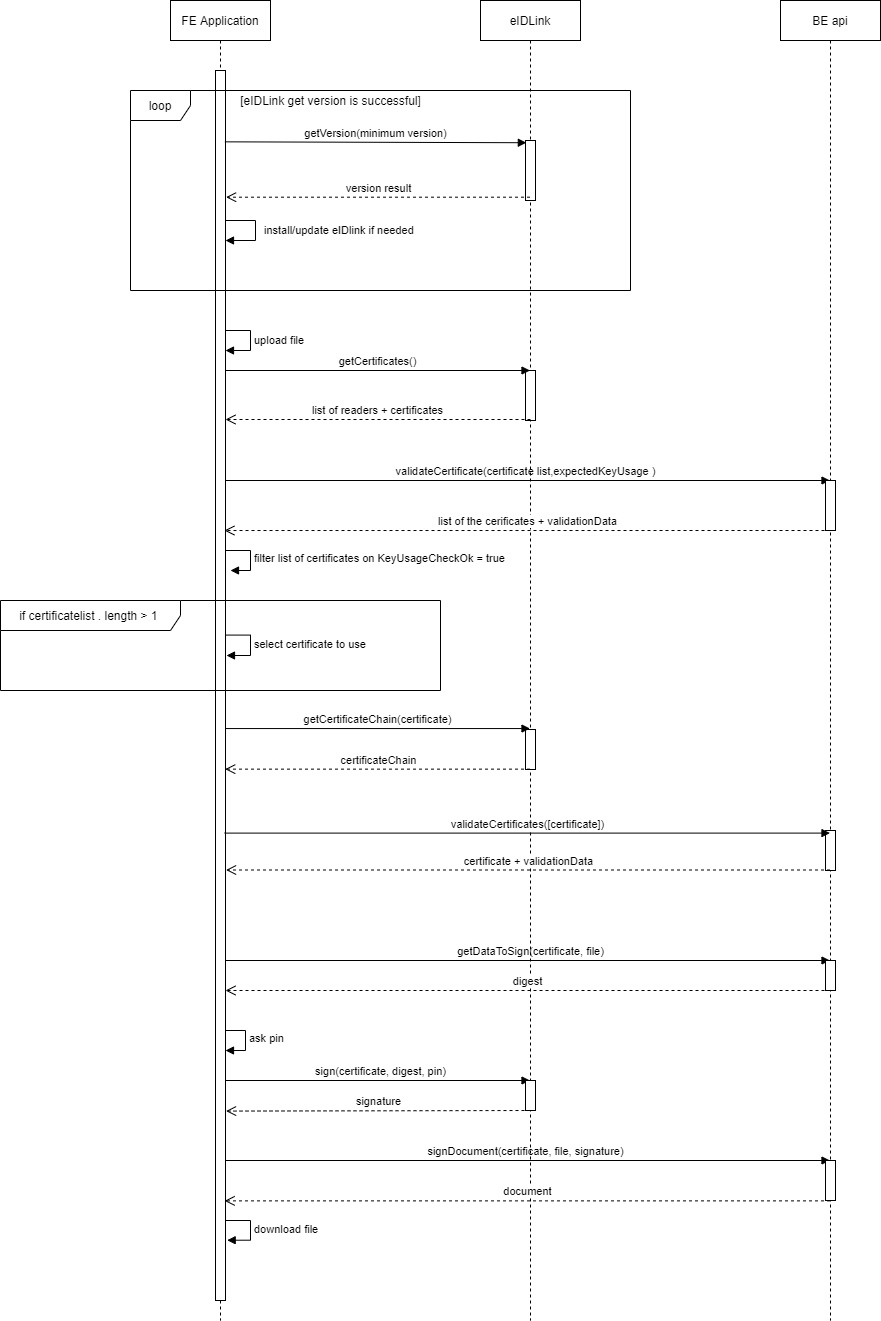
The draw.io diagram documentation/diagrams/drawio sequence diagram sign.png in Fedict/fts-gui-sign, before a commit. Source tidied: cells renumbered, new cells last; positions are measured from the earlier drawing's top-left corner, leaving out a move shared by most shapes.
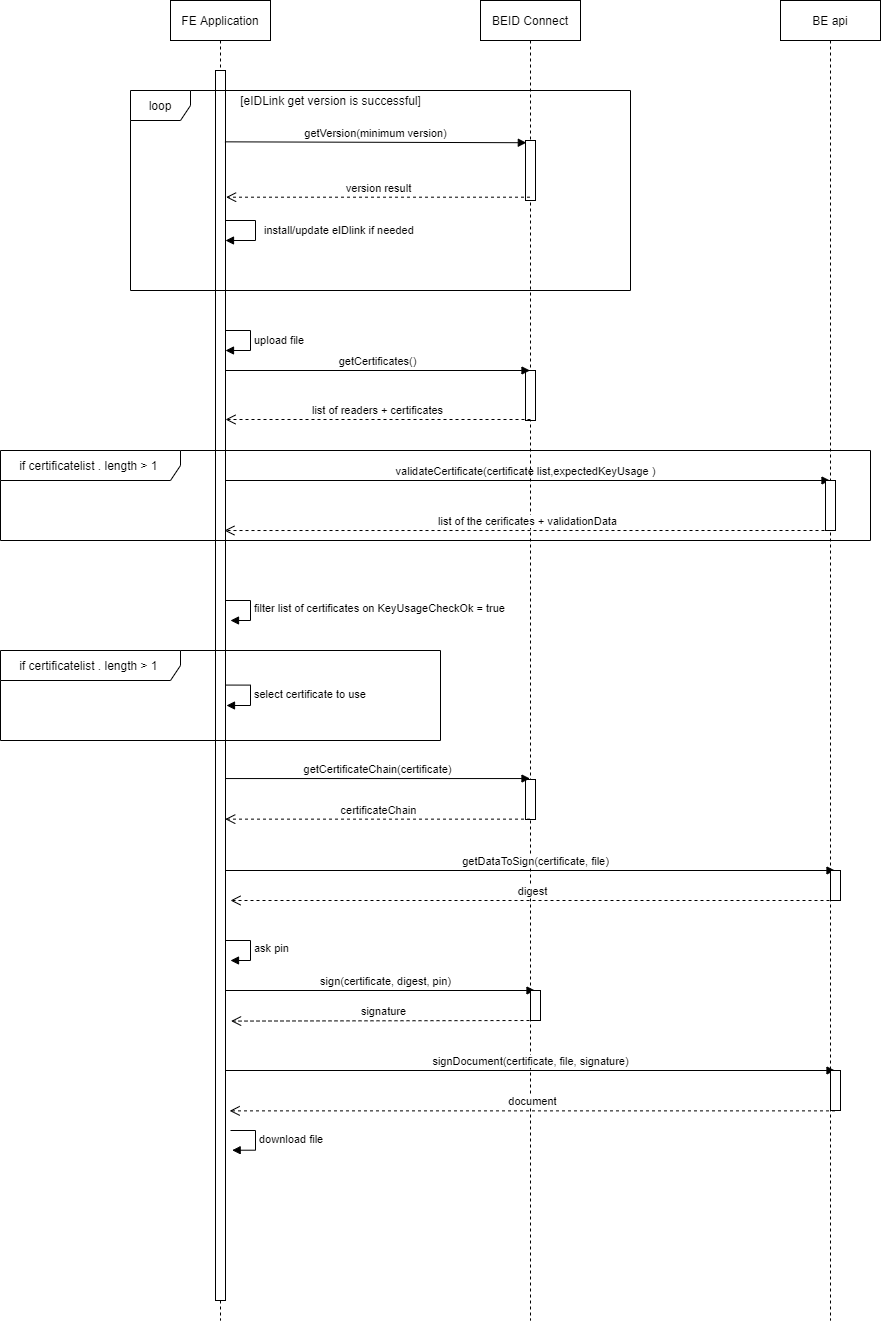
Above is the later version.

What changed in the source:
```diff
@@ -31,59 +31,27 @@
     </mxCell>
     <mxCell id="6" value="filter list of certificates on KeyUsageCheckOk = true" style="edgeStyle=orthogonalEdgeStyle;html=1;align=left;spacingLeft=2;endArrow=block;rounded=0;entryX=1;entryY=0;" parent="2" edge="1">
       <mxGeometry relative="1" as="geometry">
-        <mxPoint x="55" y="550" as="sourcePoint" />
-        <mxPoint x="60" y="570" as="targetPoint" />
+        <mxPoint x="55" y="600" as="sourcePoint" />
+        <mxPoint x="60" y="620" as="targetPoint" />
         <Array as="points">
-          <mxPoint x="80" y="550" />
+          <mxPoint x="80" y="600" />
         </Array>
       </mxGeometry>
     </mxCell>
-    <mxCell id="7" value="select certificate to use" style="edgeStyle=orthogonalEdgeStyle;html=1;align=left;spacingLeft=2;endArrow=block;rounded=0;exitX=1.086;exitY=0.459;exitDx=0;exitDy=0;exitPerimeter=0;" parent="2" edge="1" source="13">
+    <mxCell id="7" value="select certificate to use" style="edgeStyle=orthogonalEdgeStyle;html=1;align=left;spacingLeft=2;endArrow=block;rounded=0;exitX=1.086;exitY=0.459;exitDx=0;exitDy=0;exitPerimeter=0;" parent="2" edge="1">
       <mxGeometry relative="1" as="geometry">
-        <mxPoint x="56" y="655" as="targetPoint" />
+        <mxPoint x="55.9" y="684.6" as="sourcePoint" />
+        <mxPoint x="56" y="705" as="targetPoint" />
         <Array as="points">
-          <mxPoint x="80" y="635" />
-          <mxPoint x="80" y="655" />
+          <mxPoint x="80" y="685" />
+          <mxPoint x="80" y="705" />
         </Array>
       </mxGeometry>
     </mxCell>
-    <mxCell id="8" value="getDataToSign(certificate, file)" style="html=1;verticalAlign=bottom;endArrow=block;" parent="2" edge="1" target="19">
-      <mxGeometry x="0.02" relative="1" as="geometry">
-        <mxPoint x="50" y="960" as="sourcePoint" />
-      </mxGeometry>
-    </mxCell>
-    <mxCell id="9" value="ask pin" style="edgeStyle=orthogonalEdgeStyle;html=1;align=left;spacingLeft=2;endArrow=block;rounded=0;entryX=1;entryY=0;" parent="2" edge="1">
-      <mxGeometry relative="1" as="geometry">
-        <mxPoint x="50" y="1030" as="sourcePoint" />
-        <mxPoint x="55" y="1050" as="targetPoint" />
-        <Array as="points">
-          <mxPoint x="75" y="1030" />
-        </Array>
-      </mxGeometry>
-    </mxCell>
-    <mxCell id="10" value="sign(certificate, digest, pin)" style="html=1;verticalAlign=bottom;endArrow=block;" parent="2" edge="1" target="14">
-      <mxGeometry x="0.03" relative="1" as="geometry">
-        <mxPoint x="50" y="1080" as="sourcePoint" />
-      </mxGeometry>
-    </mxCell>
-    <mxCell id="11" value="signDocument(certificate, file, signature)" style="html=1;verticalAlign=bottom;endArrow=block;" parent="2" edge="1" target="19">
-      <mxGeometry relative="1" as="geometry">
-        <mxPoint x="50" y="1160" as="sourcePoint" />
-      </mxGeometry>
-    </mxCell>
-    <mxCell id="12" value="download file" style="edgeStyle=orthogonalEdgeStyle;html=1;align=left;spacingLeft=2;endArrow=block;rounded=0;entryX=1.167;entryY=0.951;entryDx=0;entryDy=0;entryPerimeter=0;" parent="2" edge="1" target="13">
-      <mxGeometry relative="1" as="geometry">
-        <mxPoint x="55" y="1220" as="sourcePoint" />
-        <Array as="points">
-          <mxPoint x="80" y="1220" />
-          <mxPoint x="80" y="1240" />
-        </Array>
-      </mxGeometry>
-    </mxCell>
     <mxCell id="13" style="html=1;points=[];perimeter=orthogonalPerimeter;" parent="2" vertex="1">
       <mxGeometry x="45" y="70" width="10" height="1230" as="geometry" />
     </mxCell>
-    <mxCell id="14" value="eIDLink" style="shape=umlLifeline;perimeter=lifelinePerimeter;whiteSpace=wrap;html=1;outlineConnect=0;" parent="1" vertex="1">
+    <mxCell id="14" value="BEID Connect" style="shape=umlLifeline;perimeter=lifelinePerimeter;whiteSpace=wrap;html=1;outlineConnect=0;" parent="1" vertex="1">
       <mxGeometry x="480" width="100" height="1320" as="geometry" />
     </mxCell>
     <mxCell id="15" style="html=1;points=[];perimeter=orthogonalPerimeter;" parent="14" vertex="1">
@@ -93,26 +61,14 @@
       <mxGeometry x="45" y="370" width="10" height="50" as="geometry" />
     </mxCell>
     <mxCell id="17" style="html=1;perimeter=orthogonalPerimeter;" parent="14" vertex="1">
-      <mxGeometry x="45" y="729" width="10" height="40" as="geometry" />
+      <mxGeometry x="45" y="779" width="10" height="40" as="geometry" />
     </mxCell>
-    <mxCell id="18" style="html=1;perimeter=orthogonalPerimeter;" parent="14" vertex="1">
-      <mxGeometry x="45" y="1080" width="10" height="30" as="geometry" />
-    </mxCell>
     <mxCell id="19" value="BE api" style="shape=umlLifeline;perimeter=lifelinePerimeter;whiteSpace=wrap;html=1;outlineConnect=0;" parent="1" vertex="1">
       <mxGeometry x="780" width="100" height="1320" as="geometry" />
     </mxCell>
     <mxCell id="20" style="html=1;perimeter=orthogonalPerimeter;" parent="19" vertex="1">
       <mxGeometry x="45" y="480" width="10" height="50" as="geometry" />
     </mxCell>
-    <mxCell id="21" style="html=1;perimeter=orthogonalPerimeter;" parent="19" vertex="1">
-      <mxGeometry x="45" y="830" width="10" height="40" as="geometry" />
-    </mxCell>
-    <mxCell id="22" style="html=1;perimeter=orthogonalPerimeter;" parent="19" vertex="1">
-      <mxGeometry x="45" y="960" width="10" height="30" as="geometry" />
-    </mxCell>
-    <mxCell id="23" style="html=1;perimeter=orthogonalPerimeter;" parent="19" vertex="1">
-      <mxGeometry x="45" y="1160" width="10" height="40" as="geometry" />
-    </mxCell>
     <mxCell id="24" value="getVersion(minimum version)" style="html=1;verticalAlign=bottom;endArrow=block;exitX=0.943;exitY=0.058;exitDx=0;exitDy=0;exitPerimeter=0;entryX=0.083;entryY=0.037;entryDx=0;entryDy=0;entryPerimeter=0;" parent="1" edge="1" source="13" target="15">
       <mxGeometry relative="1" as="geometry" />
     </mxCell>
@@ -141,32 +97,86 @@
       </mxGeometry>
     </mxCell>
     <mxCell id="31" value="if certificatelist . length &amp;gt; 1&amp;nbsp;" style="shape=umlFrame;whiteSpace=wrap;html=1;width=180;height=30;" parent="1" vertex="1">
-      <mxGeometry y="600" width="440" height="90" as="geometry" />
+      <mxGeometry y="650" width="440" height="90" as="geometry" />
     </mxCell>
-    <mxCell id="32" value="getCertificateChain(certificate)" style="html=1;verticalAlign=bottom;endArrow=block;exitX=0.958;exitY=0.535;exitDx=0;exitDy=0;exitPerimeter=0;" parent="1" edge="1" source="13" target="14">
-      <mxGeometry relative="1" as="geometry" />
+    <mxCell id="32" value="getCertificateChain(certificate)" style="html=1;verticalAlign=bottom;endArrow=block;exitX=0.958;exitY=0.535;exitDx=0;exitDy=0;exitPerimeter=0;" parent="1" edge="1">
+      <mxGeometry relative="1" as="geometry">
+        <mxPoint x="224.6" y="778.1" as="sourcePoint" />
+        <mxPoint x="529.5" y="778.1" as="targetPoint" />
+      </mxGeometry>
     </mxCell>
-    <mxCell id="33" value="certificateChain" style="html=1;verticalAlign=bottom;endArrow=open;dashed=1;endSize=8;entryX=0.971;entryY=0.568;entryDx=0;entryDy=0;entryPerimeter=0;" parent="1" edge="1" source="14" target="13">
-      <mxGeometry relative="1" as="geometry" />
+    <mxCell id="33" value="certificateChain" style="html=1;verticalAlign=bottom;endArrow=open;dashed=1;endSize=8;entryX=0.971;entryY=0.568;entryDx=0;entryDy=0;entryPerimeter=0;" parent="1" edge="1">
+      <mxGeometry relative="1" as="geometry">
+        <mxPoint x="529.5" y="818.6" as="sourcePoint" />
+        <mxPoint x="224.7" y="818.6" as="targetPoint" />
+      </mxGeometry>
     </mxCell>
-    <mxCell id="34" value="certificate + validationData" style="html=1;verticalAlign=bottom;endArrow=open;dashed=1;endSize=8;entryX=1.056;entryY=0.65;entryDx=0;entryDy=0;entryPerimeter=0;" parent="1" edge="1" source="19" target="13">
-      <mxGeometry relative="1" as="geometry" />
-    </mxCell>
-    <mxCell id="35" value="validateCertificates([certificate])" style="html=1;verticalAlign=bottom;endArrow=block;exitX=0.917;exitY=0.62;exitDx=0;exitDy=0;exitPerimeter=0;" parent="1" edge="1" source="13" target="19">
-      <mxGeometry relative="1" as="geometry" />
-    </mxCell>
+    <mxCell id="39" value="if certificatelist . length &amp;gt; 1&amp;nbsp;" style="shape=umlFrame;whiteSpace=wrap;html=1;width=180;height=30;" parent="1" vertex="1">
+      <mxGeometry y="450" width="870" height="90" as="geometry" />
+    </mxCell>
+    <mxCell id="8" value="getDataToSign(certificate, file)" style="html=1;verticalAlign=bottom;endArrow=block;" parent="1" edge="1">
+      <mxGeometry x="0.02" relative="1" as="geometry">
+        <mxPoint x="225" y="870" as="sourcePoint" />
+        <mxPoint x="834.5" y="870" as="targetPoint" />
+      </mxGeometry>
+    </mxCell>
+    <mxCell id="9" value="ask pin" style="edgeStyle=orthogonalEdgeStyle;html=1;align=left;spacingLeft=2;endArrow=block;rounded=0;entryX=1;entryY=0;" parent="1" edge="1">
+      <mxGeometry relative="1" as="geometry">
+        <mxPoint x="225" y="940" as="sourcePoint" />
+        <mxPoint x="230" y="960" as="targetPoint" />
+        <Array as="points">
+          <mxPoint x="250" y="940" />
+        </Array>
+      </mxGeometry>
+    </mxCell>
+    <mxCell id="10" value="sign(certificate, digest, pin)" style="html=1;verticalAlign=bottom;endArrow=block;" parent="1" edge="1">
+      <mxGeometry x="0.03" relative="1" as="geometry">
+        <mxPoint x="225" y="990" as="sourcePoint" />
+        <mxPoint x="534.5" y="990" as="targetPoint" />
+      </mxGeometry>
+    </mxCell>
+    <mxCell id="11" value="signDocument(certificate, file, signature)" style="html=1;verticalAlign=bottom;endArrow=block;" parent="1" edge="1">
+      <mxGeometry relative="1" as="geometry">
+        <mxPoint x="225" y="1070" as="sourcePoint" />
+        <mxPoint x="834.5" y="1070" as="targetPoint" />
+      </mxGeometry>
+    </mxCell>
+    <mxCell id="12" value="download file" style="edgeStyle=orthogonalEdgeStyle;html=1;align=left;spacingLeft=2;endArrow=block;rounded=0;entryX=1.167;entryY=0.951;entryDx=0;entryDy=0;entryPerimeter=0;" parent="1" edge="1">
+      <mxGeometry relative="1" as="geometry">
+        <mxPoint x="230" y="1130" as="sourcePoint" />
+        <mxPoint x="231.7" y="1149.7" as="targetPoint" />
+        <Array as="points">
+          <mxPoint x="255" y="1130" />
+          <mxPoint x="255" y="1150" />
+        </Array>
+      </mxGeometry>
+    </mxCell>
+    <mxCell id="18" style="html=1;perimeter=orthogonalPerimeter;" parent="1" vertex="1">
+      <mxGeometry x="530" y="990" width="10" height="30" as="geometry" />
+    </mxCell>
+    <mxCell id="22" style="html=1;perimeter=orthogonalPerimeter;" parent="1" vertex="1">
+      <mxGeometry x="830" y="870" width="10" height="30" as="geometry" />
+    </mxCell>
+    <mxCell id="23" style="html=1;perimeter=orthogonalPerimeter;" parent="1" vertex="1">
+      <mxGeometry x="830" y="1070" width="10" height="40" as="geometry" />
+    </mxCell>
-    <mxCell id="36" value="digest" style="html=1;verticalAlign=bottom;endArrow=open;dashed=1;endSize=8;" parent="1" edge="1" target="13">
+    <mxCell id="36" value="digest" style="html=1;verticalAlign=bottom;endArrow=open;dashed=1;endSize=8;" parent="1" edge="1">
       <mxGeometry relative="1" as="geometry">
-        <mxPoint x="830" y="990" as="sourcePoint" />
+        <mxPoint x="835" y="900" as="sourcePoint" />
+        <mxPoint x="230" y="900" as="targetPoint" />
       </mxGeometry>
     </mxCell>
-    <mxCell id="37" value="signature" style="html=1;verticalAlign=bottom;endArrow=open;dashed=1;endSize=8;entryX=1.056;entryY=0.846;entryDx=0;entryDy=0;entryPerimeter=0;" parent="1" edge="1" target="13">
+    <mxCell id="37" value="signature" style="html=1;verticalAlign=bottom;endArrow=open;dashed=1;endSize=8;entryX=1.056;entryY=0.846;entryDx=0;entryDy=0;entryPerimeter=0;" parent="1" edge="1">
       <mxGeometry relative="1" as="geometry">
-        <mxPoint x="530" y="1110" as="sourcePoint" />
+        <mxPoint x="535" y="1020" as="sourcePoint" />
+        <mxPoint x="230.6" y="1020.6" as="targetPoint" />
       </mxGeometry>
     </mxCell>
-    <mxCell id="38" value="document" style="html=1;verticalAlign=bottom;endArrow=open;dashed=1;endSize=8;entryX=0.914;entryY=0.919;entryDx=0;entryDy=0;entryPerimeter=0;" parent="1" edge="1" source="19" target="13">
-      <mxGeometry relative="1" as="geometry" />
+    <mxCell id="38" value="document" style="html=1;verticalAlign=bottom;endArrow=open;dashed=1;endSize=8;entryX=0.914;entryY=0.919;entryDx=0;entryDy=0;entryPerimeter=0;" parent="1" edge="1">
+      <mxGeometry relative="1" as="geometry">
+        <mxPoint x="834.5" y="1110.4" as="sourcePoint" />
+        <mxPoint x="229.1" y="1110.4" as="targetPoint" />
+      </mxGeometry>
     </mxCell>
   </root>
 </mxGraphModel>
```
